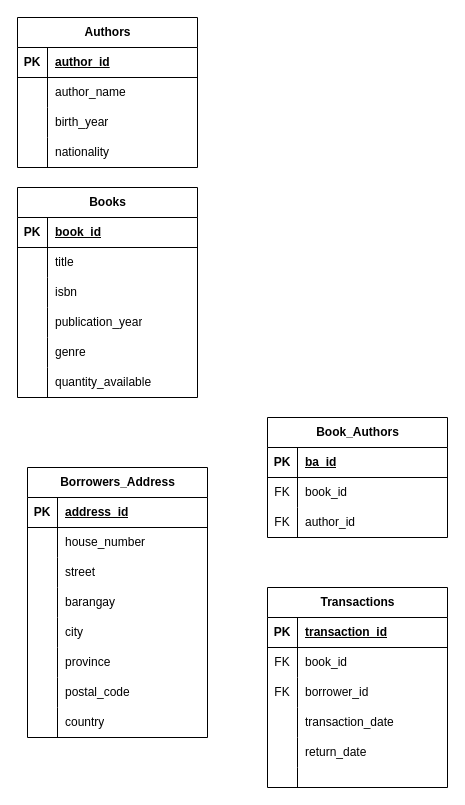
mtrsvn/Github-Examples keeps this draw.io diagram as Git-Crash-Course/Untitled Diagram.drawio. Above is the earlier version. Source tidied: cells renumbered, new cells numbered last; positions are measured from the earlier drawing's top-left corner, leaving out a move shared by most shapes. Both pictures are drawn from the tidied source at 100%, with x=0, y=0 at pixel (17, 17).
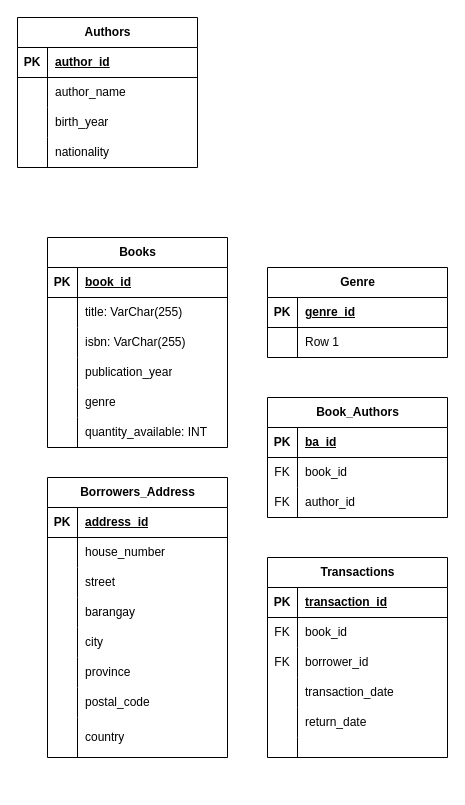
The same diagram, later.

The change refers to these unchanged cells:
```xml
<mxCell id="6" style="shape=tableRow;horizontal=0;startSize=0;swimlaneHead=0;swimlaneBody=0;fillColor=none;top=0;left=0;right=0;bottom=0;" parent="2" vertex="1">
  <mxGeometry y="60" width="180" height="30" as="geometry" />
</mxCell>
<mxCell id="9" style="shape=tableRow;horizontal=0;startSize=0;swimlaneHead=0;swimlaneBody=0;fillColor=none;top=0;left=0;right=0;bottom=0;" parent="2" vertex="1">
  <mxGeometry y="90" width="180" height="30" as="geometry" />
</mxCell>
<mxCell id="18" style="shape=tableRow;horizontal=0;startSize=0;swimlaneHead=0;swimlaneBody=0;fillColor=none;top=0;left=0;right=0;bottom=0;" parent="2" vertex="1">
  <mxGeometry y="180" width="180" height="30" as="geometry" />
</mxCell>
```

Diff of the diagram source:
```diff
@@
     <mxCell id="2" value="Books" style="shape=table;startSize=30;childLayout=tableLayout;rowLines=0;fontStyle=1;align=center;html=1;" parent="1" vertex="1">
-      <mxGeometry y="170" width="180" height="210" as="geometry" />
+      <mxGeometry x="30" y="220" width="180" height="210" as="geometry" />
     </mxCell>
@@
-    <mxCell id="8" value="title" style="shape=partialRectangle;fillColor=none;top=0;left=0;bottom=0;right=0;align=left;spacingLeft=6;overflow=hidden;whiteSpace=wrap;html=1;" parent="6" vertex="1">
+    <mxCell id="8" value="title: VarChar(255)" style="shape=partialRectangle;fillColor=none;top=0;left=0;bottom=0;right=0;align=left;spacingLeft=6;overflow=hidden;whiteSpace=wrap;html=1;" parent="6" vertex="1">
       <mxGeometry x="30" width="150" height="30" as="geometry" />
     </mxCell>
@@
-    <mxCell id="11" value="isbn" style="shape=partialRectangle;fillColor=none;top=0;left=0;bottom=0;right=0;align=left;spacingLeft=6;overflow=hidden;whiteSpace=wrap;html=1;" parent="9" vertex="1">
+    <mxCell id="11" value="isbn:&amp;nbsp;VarChar(255)" style="shape=partialRectangle;fillColor=none;top=0;left=0;bottom=0;right=0;align=left;spacingLeft=6;overflow=hidden;whiteSpace=wrap;html=1;" parent="9" vertex="1">
       <mxGeometry x="30" width="150" height="30" as="geometry" />
     </mxCell>
@@
-    <mxCell id="20" value="quantity_available" style="shape=partialRectangle;fillColor=none;top=0;left=0;bottom=0;right=0;align=left;spacingLeft=6;overflow=hidden;whiteSpace=wrap;html=1;" parent="18" vertex="1">
+    <mxCell id="20" value="quantity_available: INT" style="shape=partialRectangle;fillColor=none;top=0;left=0;bottom=0;right=0;align=left;spacingLeft=6;overflow=hidden;whiteSpace=wrap;html=1;" parent="18" vertex="1">
       <mxGeometry x="30" width="150" height="30" as="geometry" />
     </mxCell>
@@
     <mxCell id="34" value="Book_Authors" style="shape=table;startSize=30;childLayout=tableLayout;rowLines=0;fontStyle=1;align=center;html=1;" parent="1" vertex="1">
-      <mxGeometry x="250" y="400" width="180" height="120" as="geometry" />
+      <mxGeometry x="250" y="380" width="180" height="120" as="geometry" />
     </mxCell>
@@
     <mxCell id="44" value="Borrowers_Address" style="shape=table;startSize=30;childLayout=tableLayout;rowLines=0;fontStyle=1;align=center;html=1;" parent="1" vertex="1">
-      <mxGeometry x="10" y="450" width="180" height="270" as="geometry" />
+      <mxGeometry x="30" y="460" width="180" height="280" as="geometry" />
     </mxCell>
@@
     <mxCell id="66" style="shape=tableRow;horizontal=0;startSize=0;swimlaneHead=0;swimlaneBody=0;fillColor=none;top=0;left=0;right=0;bottom=0;" parent="44" vertex="1">
-      <mxGeometry y="240" width="180" height="30" as="geometry" />
+      <mxGeometry y="240" width="180" height="40" as="geometry" />
     </mxCell>
     <mxCell id="67" style="shape=partialRectangle;fillColor=none;top=0;left=0;bottom=0;right=0;overflow=hidden;whiteSpace=wrap;html=1;" parent="66" vertex="1">
-      <mxGeometry width="30" height="30" as="geometry" />
+      <mxGeometry width="30" height="40" as="geometry" />
     </mxCell>
     <mxCell id="68" value="country" style="shape=partialRectangle;fillColor=none;top=0;left=0;bottom=0;right=0;align=left;spacingLeft=6;overflow=hidden;whiteSpace=wrap;html=1;" parent="66" vertex="1">
-      <mxGeometry x="30" width="150" height="30" as="geometry" />
+      <mxGeometry x="30" width="150" height="40" as="geometry" />
     </mxCell>
     <mxCell id="69" value="Transactions" style="shape=table;startSize=30;childLayout=tableLayout;rowLines=0;fontStyle=1;align=center;html=1;" parent="1" vertex="1">
-      <mxGeometry x="250" y="570" width="180" height="200" as="geometry" />
+      <mxGeometry x="250" y="540" width="180" height="200" as="geometry" />
     </mxCell>
@@
+    <mxCell id="88" value="Genre" style="shape=table;startSize=30;childLayout=tableLayout;rowLines=0;fontStyle=1;align=center;html=1;" parent="1" vertex="1">
+      <mxGeometry x="250" y="250" width="180" height="90" as="geometry" />
+    </mxCell>
+    <mxCell id="89" style="shape=tableRow;horizontal=0;startSize=0;swimlaneHead=0;swimlaneBody=0;fillColor=none;top=0;left=0;right=0;bottom=1;" parent="88" vertex="1">
+      <mxGeometry y="30" width="180" height="30" as="geometry" />
+    </mxCell>
+    <mxCell id="90" value="PK" style="shape=partialRectangle;fillColor=none;top=0;left=0;bottom=0;right=0;fontStyle=1;overflow=hidden;whiteSpace=wrap;html=1;" parent="89" vertex="1">
+      <mxGeometry width="30" height="30" as="geometry" />
+    </mxCell>
+    <mxCell id="91" value="genre_id" style="shape=partialRectangle;fillColor=none;top=0;left=0;bottom=0;right=0;align=left;spacingLeft=6;fontStyle=5;overflow=hidden;whiteSpace=wrap;html=1;" parent="89" vertex="1">
+      <mxGeometry x="30" width="150" height="30" as="geometry" />
+    </mxCell>
+    <mxCell id="92" style="shape=tableRow;horizontal=0;startSize=0;swimlaneHead=0;swimlaneBody=0;fillColor=none;top=0;left=0;right=0;bottom=0;" parent="88" vertex="1">
+      <mxGeometry y="60" width="180" height="30" as="geometry" />
+    </mxCell>
+    <mxCell id="93" style="shape=partialRectangle;fillColor=none;top=0;left=0;bottom=0;right=0;overflow=hidden;whiteSpace=wrap;html=1;" parent="92" vertex="1">
+      <mxGeometry width="30" height="30" as="geometry" />
+    </mxCell>
+    <mxCell id="94" value="Row 1" style="shape=partialRectangle;fillColor=none;top=0;left=0;bottom=0;right=0;align=left;spacingLeft=6;overflow=hidden;whiteSpace=wrap;html=1;" parent="92" vertex="1">
+      <mxGeometry x="30" width="150" height="30" as="geometry" />
+    </mxCell>
```
